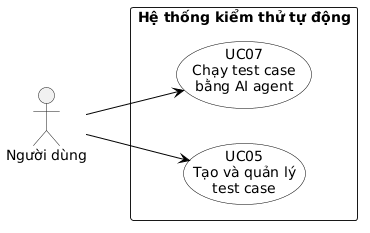
Before: images/usecase/usecase_agent_testing.png, a diagram exported from PlantUML (NguyenHung1207/thesis-report).
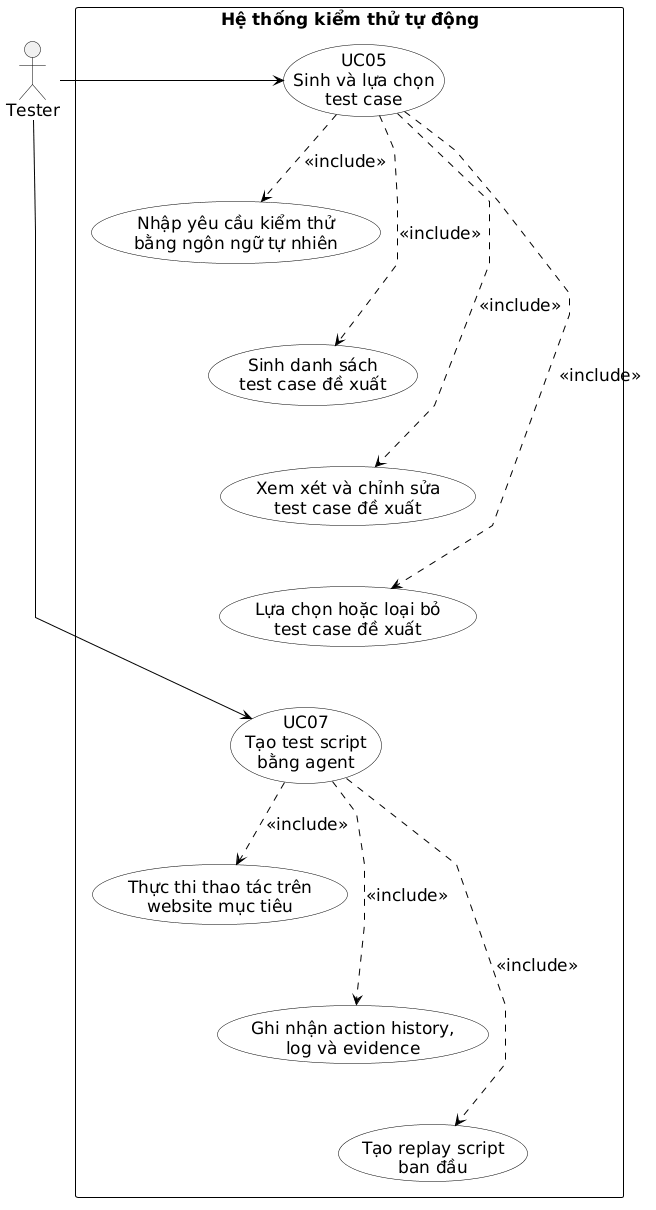
After the commit.

Change to the diagram source:
```diff
@@ -1,21 +1,67 @@
 @startuml
-left to right direction
+
+top to bottom direction
 
 skinparam shadowing false
-skinparam packageStyle rectangle
-skinparam usecase {
-    BackgroundColor white
-    BorderColor black
-    ArrowColor black
+skinparam backgroundColor white
+skinparam defaultFontName Arial
+skinparam defaultFontSize 17
+skinparam linetype polyline
+
+skinparam ActorBorderColor black
+skinparam ActorFontColor black
+
+skinparam UsecaseBackgroundColor white
+skinparam UsecaseBorderColor black
+skinparam UsecaseFontColor black
+
+skinparam RectangleBackgroundColor white
+skinparam RectangleBorderColor black
+
+skinparam ArrowColor black
+skinparam ArrowThickness 1
+
+actor "Tester" as Tester
+
+rectangle "**Hệ thống kiểm thử tự động**" as System {
+
+    usecase "UC05\nSinh và lựa chọn\ntest case" as UC05
+
+    usecase "Nhập yêu cầu kiểm thử\nbằng ngôn ngữ tự nhiên" as EnterRequirement
+
+    usecase "Sinh danh sách\ntest case đề xuất" as GenerateCandidate
+
+    usecase "Xem xét và chỉnh sửa\ntest case đề xuất" as ReviewCandidate
+
+    usecase "Lựa chọn hoặc loại bỏ\ntest case đề xuất" as SelectCandidate
+
+    usecase "UC07\nTạo test script\nbằng agent" as UC07
+
+    usecase "Thực thi thao tác trên\nwebsite mục tiêu" as ExecuteWebsite
+
+    usecase "Ghi nhận action history,\nlog và evidence" as RecordEvidence
+
+    usecase "Tạo replay script\nban đầu" as GenerateReplay
+
+    UC05 -[hidden]down-> EnterRequirement
+    EnterRequirement -[hidden]down-> GenerateCandidate
+    GenerateCandidate -[hidden]down-> ReviewCandidate
+    ReviewCandidate -[hidden]down-> SelectCandidate
+    SelectCandidate -[hidden]down-> UC07
+    UC07 -[hidden]down-> ExecuteWebsite
+    ExecuteWebsite -[hidden]down-> RecordEvidence
+    RecordEvidence -[hidden]down-> GenerateReplay
 }
 
-actor "Người dùng" as User
+Tester -right-> UC05
+Tester -right-> UC07
 
-rectangle "Hệ thống kiểm thử tự động" {
-    usecase "UC05\nTạo và quản lý\ntest case" as UC05
-    usecase "UC07\nChạy test case\nbằng AI agent" as UC07
-}
+UC05 ..> EnterRequirement : <<include>>
+UC05 ..> GenerateCandidate : <<include>>
+UC05 ..> ReviewCandidate : <<include>>
+UC05 ..> SelectCandidate : <<include>>
 
-User --> UC05
-User --> UC07
+UC07 ..> ExecuteWebsite : <<include>>
+UC07 ..> RecordEvidence : <<include>>
+UC07 ..> GenerateReplay : <<include>>
 @enduml
```
